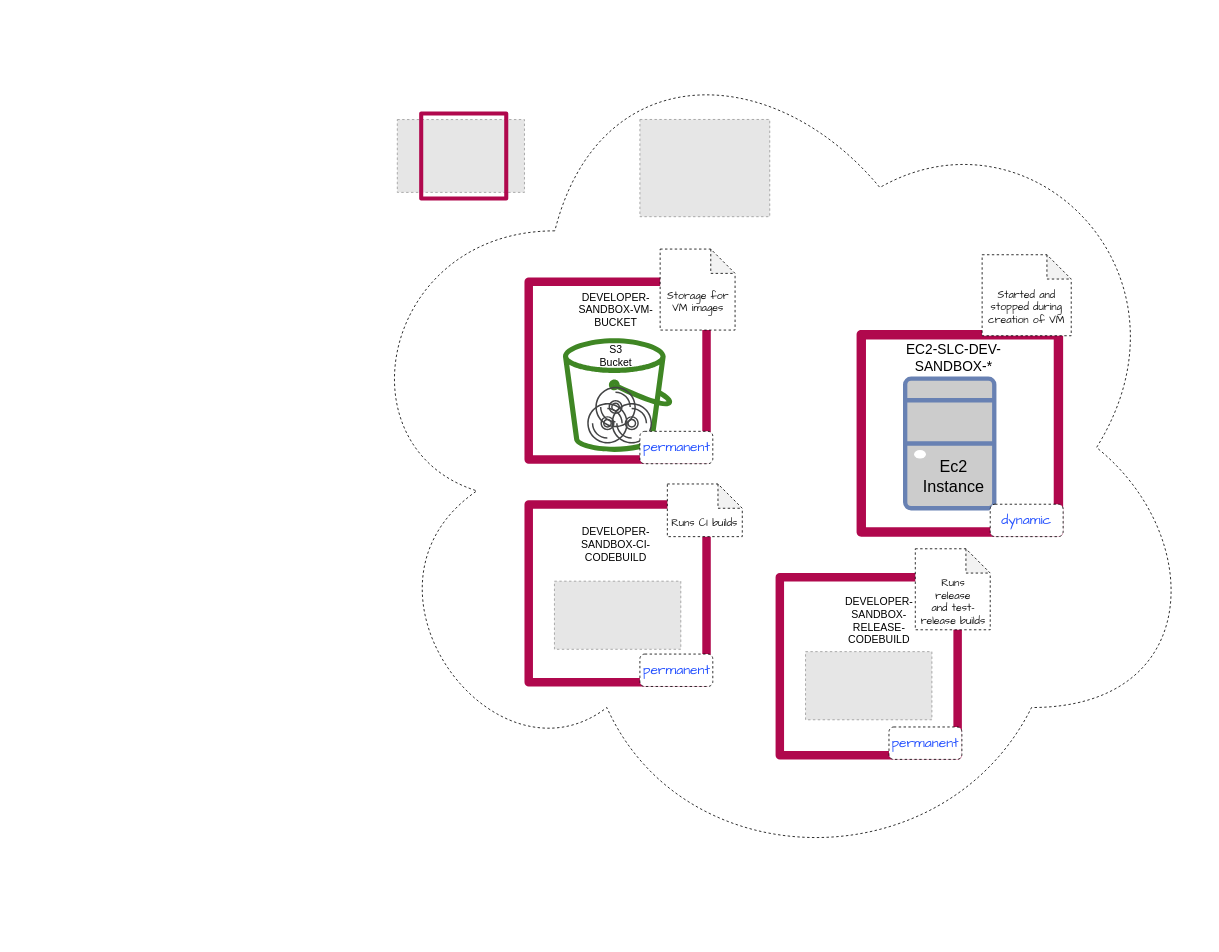
Before: doc/developer_guide/img/cloudformation-stacks.drawio in exasol/ai-lab, a draw.io diagram. Source tidied: cells renumbered, new cells numbered last; positions are measured from the earlier drawing's top-left corner, leaving out a move shared by most shapes. Both pictures are drawn from the tidied source at 81%, with x=0, y=0 at pixel (338, 14). Pictures stored in the file or linked from it are replaced by grey dashed boxes.
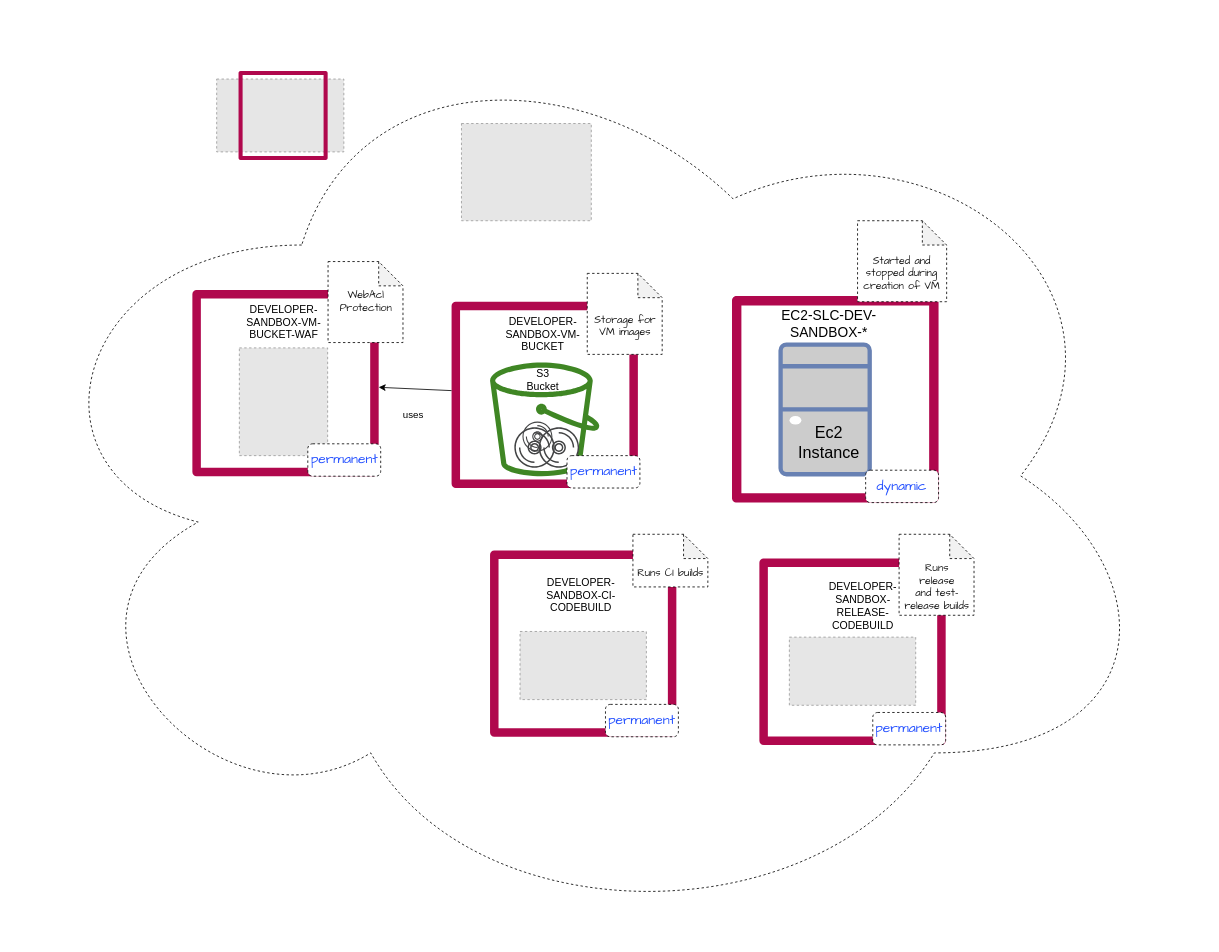
The same page after the edit.

What changed in the source:
```diff
@@
+    <mxCell id="3" style="ellipse;shape=cloud;whiteSpace=wrap;html=1;dashed=1;fontFamily=Comic Sans MS;fontSize=17;fontColor=#2652FF;gradientColor=none;" parent="1" vertex="1">
+      <mxGeometry x="-400" width="1420" height="1140" as="geometry" />
+    </mxCell>
     <mxCell id="2" style="fillColor=#E6E6E6;strokeColor=#999999;dashed=1;verticalLabelPosition=bottom;labelBackgroundColor=default;verticalAlign=top;" parent="1" vertex="1">
-      <mxGeometry x="73" y="130.1" width="157" height="89.9" as="geometry" />
+      <mxGeometry x="-150" y="80.1" width="157" height="89.9" as="geometry" />
     </mxCell>
-    <mxCell id="3" style="ellipse;shape=cloud;whiteSpace=wrap;html=1;dashed=1;fontFamily=Comic Sans MS;fontSize=17;fontColor=#2652FF;gradientColor=none;" parent="1" vertex="1">
-      <mxGeometry width="1070" height="1070" as="geometry" />
-    </mxCell>
     <mxCell id="4" style="sketch=0;fontColor=#232F3E;gradientColor=none;fillColor=#B0084D;strokeColor=none;dashed=0;verticalLabelPosition=bottom;verticalAlign=top;align=center;html=1;fontSize=12;fontStyle=0;shape=mxgraph.aws4.stack2;" parent="1" vertex="1">
-      <mxGeometry x="230" y="600" width="230" height="230" as="geometry" />
+      <mxGeometry x="187.5" y="662.1" width="230" height="230" as="geometry" />
     </mxCell>
     <mxCell id="5" style="sketch=0;fontColor=#232F3E;gradientColor=none;fillColor=#B0084D;strokeColor=none;dashed=1;verticalLabelPosition=bottom;verticalAlign=top;align=center;html=1;fontSize=12;fontStyle=0;shape=mxgraph.aws4.stack2;" parent="1" vertex="1">
-      <mxGeometry x="640" y="390" width="255" height="255" as="geometry" />
+      <mxGeometry x="486.2" y="348" width="255" height="255" as="geometry" />
     </mxCell>
     <mxCell id="6" style="fontColor=#0066CC;verticalAlign=top;verticalLabelPosition=bottom;labelPosition=center;align=center;html=1;fillColor=#CCCCCC;strokeColor=#6881B3;gradientColor=none;gradientDirection=north;strokeWidth=2;shape=mxgraph.networks.desktop_pc;fontSize=20;" parent="1" vertex="1">
-      <mxGeometry x="700" y="450" width="110" height="160" as="geometry" />
+      <mxGeometry x="546.2" y="408" width="110" height="160" as="geometry" />
     </mxCell>
     <mxCell id="7" value="Ec2&lt;br&gt;Instance" style="text;html=1;strokeColor=none;fillColor=none;align=center;verticalAlign=middle;whiteSpace=wrap;rounded=0;fontSize=20;" parent="1" vertex="1">
-      <mxGeometry x="730" y="540" width="60" height="60" as="geometry" />
+      <mxGeometry x="576.2" y="498" width="60" height="60" as="geometry" />
     </mxCell>
     <mxCell id="8" style="sketch=0;fontColor=#232F3E;gradientColor=none;fillColor=#3F8624;strokeColor=none;dashed=0;verticalLabelPosition=bottom;verticalAlign=top;align=center;html=1;fontSize=12;fontStyle=0;shape=mxgraph.aws4.bucket;" parent="1" vertex="1">
-      <mxGeometry x="277.5" y="400" width="135" height="140.4" as="geometry" />
+      <mxGeometry x="187.5" y="430" width="135" height="140.4" as="geometry" />
     </mxCell>
     <mxCell id="9" style="sketch=0;shadow=0;dashed=0;html=1;strokeColor=none;fillColor=#434445;labelPosition=center;verticalLabelPosition=bottom;verticalAlign=top;align=center;shape=mxgraph.vvd.cd;fontSize=13;" parent="1" vertex="1">
-      <mxGeometry x="317.5" y="460" width="50" height="50" as="geometry" />
+      <mxGeometry x="227.5" y="503" width="37" height="37" as="geometry" />
     </mxCell>
     <mxCell id="10" style="sketch=0;shadow=0;dashed=0;html=1;strokeColor=none;fillColor=#434445;labelPosition=center;verticalLabelPosition=bottom;verticalAlign=top;align=center;shape=mxgraph.vvd.cd;fontSize=13;" parent="1" vertex="1">
-      <mxGeometry x="337.5" y="480" width="50" height="50" as="geometry" />
+      <mxGeometry x="247.5" y="510" width="50" height="50" as="geometry" />
     </mxCell>
     <mxCell id="11" style="sketch=0;shadow=0;dashed=0;html=1;strokeColor=none;fillColor=#434445;labelPosition=center;verticalLabelPosition=bottom;verticalAlign=top;align=center;shape=mxgraph.vvd.cd;fontSize=13;" parent="1" vertex="1">
-      <mxGeometry x="307.5" y="480" width="50" height="50" as="geometry" />
+      <mxGeometry x="217.5" y="510" width="50" height="50" as="geometry" />
     </mxCell>
     <mxCell id="12" value="S3 Bucket" style="text;html=1;strokeColor=none;fillColor=none;align=center;verticalAlign=middle;whiteSpace=wrap;rounded=0;fontSize=13;" parent="1" vertex="1">
-      <mxGeometry x="312.5" y="407" width="60" height="30" as="geometry" />
+      <mxGeometry x="222.5" y="437" width="60" height="30" as="geometry" />
     </mxCell>
     <mxCell id="13" style="sketch=0;outlineConnect=0;fontColor=#232F3E;gradientColor=none;fillColor=#B0084D;strokeColor=none;dashed=0;verticalLabelPosition=bottom;verticalAlign=top;align=center;html=1;fontSize=12;fontStyle=0;shape=mxgraph.aws4.stack2;" parent="1" vertex="1">
-      <mxGeometry x="230" y="325" width="230" height="230" as="geometry" />
+      <mxGeometry x="140" y="355" width="230" height="230" as="geometry" />
     </mxCell>
     <mxCell id="14" value="EC2-SLC-DEV-SANDBOX-*" style="text;html=1;strokeColor=none;fillColor=none;align=center;verticalAlign=middle;whiteSpace=wrap;rounded=0;fontSize=17;" parent="1" vertex="1">
-      <mxGeometry x="700" y="410" width="120" height="30" as="geometry" />
+      <mxGeometry x="546.2" y="368" width="120" height="30" as="geometry" />
     </mxCell>
     <mxCell id="15" value="permanent" style="rounded=1;whiteSpace=wrap;html=1;dashed=1;fontSize=17;gradientColor=none;fontFamily=Comic Sans MS;fontColor=#2652FF;" parent="1" vertex="1">
-      <mxGeometry x="372.5" y="515" width="90" height="40" as="geometry" />
+      <mxGeometry x="282.5" y="545" width="90" height="40" as="geometry" />
     </mxCell>
     <mxCell id="16" value="dynamic" style="rounded=1;whiteSpace=wrap;html=1;dashed=1;fontSize=17;gradientColor=none;fontFamily=Comic Sans MS;fontColor=#2652FF;" parent="1" vertex="1">
-      <mxGeometry x="805" y="605" width="90" height="40" as="geometry" />
+      <mxGeometry x="651.2" y="563" width="90" height="40" as="geometry" />
     </mxCell>
     <mxCell id="17" value="permanent" style="rounded=1;whiteSpace=wrap;html=1;dashed=1;fontSize=17;gradientColor=none;fontFamily=Comic Sans MS;fontColor=#2652FF;" parent="1" vertex="1">
-      <mxGeometry x="372.5" y="790" width="90" height="40" as="geometry" />
+      <mxGeometry x="330" y="852.1" width="90" height="40" as="geometry" />
     </mxCell>
     <mxCell id="18" style="fillColor=#E6E6E6;strokeColor=#999999;dashed=1;verticalLabelPosition=bottom;labelBackgroundColor=default;verticalAlign=top;" parent="1" vertex="1">
-      <mxGeometry x="372.5" y="130" width="160.3" height="120" as="geometry" />
+      <mxGeometry x="152.2" y="135" width="160.3" height="120" as="geometry" />
     </mxCell>
     <mxCell id="19" style="sketch=0;fontColor=#232F3E;gradientColor=none;fillColor=#B0084D;strokeColor=none;dashed=0;verticalLabelPosition=bottom;verticalAlign=top;align=center;html=1;fontSize=12;fontStyle=0;shape=mxgraph.aws4.stack2;" parent="1" vertex="1">
-      <mxGeometry x="540" y="690" width="230" height="230" as="geometry" />
+      <mxGeometry x="520" y="672.1" width="230" height="230" as="geometry" />
     </mxCell>
     <mxCell id="20" value="DEVELOPER-SANDBOX-VM-BUCKET" style="text;html=1;strokeColor=none;fillColor=none;align=center;verticalAlign=middle;whiteSpace=wrap;rounded=0;fontSize=13;" parent="1" vertex="1">
-      <mxGeometry x="282.5" y="350" width="120" height="30" as="geometry" />
+      <mxGeometry x="192.5" y="380" width="120" height="30" as="geometry" />
     </mxCell>
     <mxCell id="21" style="fillColor=#E6E6E6;strokeColor=#999999;dashed=1;verticalLabelPosition=bottom;labelBackgroundColor=default;verticalAlign=top;" parent="1" vertex="1">
-      <mxGeometry x="267" y="700" width="156" height="84.1" as="geometry" />
+      <mxGeometry x="224.5" y="762.1" width="156" height="84.1" as="geometry" />
     </mxCell>
     <mxCell id="22" value="permanent" style="rounded=1;whiteSpace=wrap;html=1;dashed=1;fontSize=17;gradientColor=none;fontFamily=Comic Sans MS;fontColor=#2652FF;" parent="1" vertex="1">
-      <mxGeometry x="680" y="880" width="90" height="40" as="geometry" />
+      <mxGeometry x="660" y="862.1" width="90" height="40" as="geometry" />
     </mxCell>
     <mxCell id="23" style="fillColor=#E6E6E6;strokeColor=#999999;dashed=1;verticalLabelPosition=bottom;labelBackgroundColor=default;verticalAlign=top;" parent="1" vertex="1">
-      <mxGeometry x="577" y="787" width="156" height="84.1" as="geometry" />
+      <mxGeometry x="557" y="769.1" width="156" height="84.1" as="geometry" />
     </mxCell>
     <mxCell id="24" value="&lt;br&gt;&lt;br&gt;Started and stopped during creation of VM&lt;br&gt;" style="shape=note;whiteSpace=wrap;html=1;backgroundOutline=1;darkOpacity=0.05;dashed=1;fontFamily=Comic Sans MS;fontSize=13;fontColor=#1A1A1A;gradientColor=none;" parent="1" vertex="1">
-      <mxGeometry x="795" y="297" width="110" height="100" as="geometry" />
+      <mxGeometry x="641.2" y="255" width="110" height="100" as="geometry" />
     </mxCell>
     <mxCell id="25" value="&lt;br&gt;&lt;br&gt;Runs CI builds" style="shape=note;whiteSpace=wrap;html=1;backgroundOutline=1;darkOpacity=0.05;dashed=1;fontFamily=Comic Sans MS;fontSize=13;fontColor=#1A1A1A;gradientColor=none;" parent="1" vertex="1">
-      <mxGeometry x="406.4" y="580" width="92.5" height="65" as="geometry" />
+      <mxGeometry x="363.9" y="642.1" width="92.5" height="65" as="geometry" />
     </mxCell>
     <mxCell id="26" value="&lt;br&gt;&lt;br&gt;Storage for VM images" style="shape=note;whiteSpace=wrap;html=1;backgroundOutline=1;darkOpacity=0.05;dashed=1;fontFamily=Comic Sans MS;fontSize=13;fontColor=#1A1A1A;gradientColor=none;" parent="1" vertex="1">
-      <mxGeometry x="397.5" y="290" width="92.5" height="100" as="geometry" />
+      <mxGeometry x="307.5" y="320" width="92.5" height="100" as="geometry" />
     </mxCell>
     <mxCell id="27" value="&lt;br&gt;&lt;br&gt;Runs&lt;br&gt;release&lt;br&gt;and test-release builds" style="shape=note;whiteSpace=wrap;html=1;backgroundOutline=1;darkOpacity=0.05;dashed=1;fontFamily=Comic Sans MS;fontSize=13;fontColor=#1A1A1A;gradientColor=none;" parent="1" vertex="1">
-      <mxGeometry x="712.5" y="660" width="92.5" height="100" as="geometry" />
+      <mxGeometry x="692.5" y="642.1" width="92.5" height="100" as="geometry" />
     </mxCell>
     <mxCell id="28" style="sketch=0;fontColor=#232F3E;gradientColor=none;fillColor=#B0084D;strokeColor=none;dashed=0;verticalLabelPosition=bottom;verticalAlign=top;align=center;html=1;fontSize=12;fontStyle=0;shape=mxgraph.aws4.stack2;" parent="1" vertex="1">
-      <mxGeometry x="100" y="120" width="110" height="110" as="geometry" />
+      <mxGeometry x="-123" y="70" width="110" height="110" as="geometry" />
     </mxCell>
     <mxCell id="29" value="DEVELOPER-SANDBOX-CI-CODEBUILD" style="text;html=1;strokeColor=none;fillColor=none;align=center;verticalAlign=middle;whiteSpace=wrap;rounded=0;fontSize=13;" parent="1" vertex="1">
-      <mxGeometry x="282.5" y="640" width="120" height="30" as="geometry" />
+      <mxGeometry x="240" y="702.1" width="120" height="30" as="geometry" />
     </mxCell>
     <mxCell id="30" value="DEVELOPER-SANDBOX-RELEASE-CODEBUILD" style="text;html=1;strokeColor=none;fillColor=none;align=center;verticalAlign=middle;whiteSpace=wrap;rounded=0;fontSize=13;" parent="1" vertex="1">
-      <mxGeometry x="607.5" y="734" width="120" height="30" as="geometry" />
+      <mxGeometry x="587.5" y="716.1" width="120" height="30" as="geometry" />
     </mxCell>
+    <mxCell id="31" style="sketch=0;outlineConnect=0;fontColor=#232F3E;gradientColor=none;fillColor=#B0084D;strokeColor=none;dashed=0;verticalLabelPosition=bottom;verticalAlign=top;align=center;html=1;fontSize=12;fontStyle=0;shape=mxgraph.aws4.stack2;" parent="1" vertex="1">
+      <mxGeometry x="-180" y="340.4" width="230" height="230" as="geometry" />
+    </mxCell>
+    <mxCell id="32" value="DEVELOPER-SANDBOX-VM-BUCKET-WAF" style="text;html=1;strokeColor=none;fillColor=none;align=center;verticalAlign=middle;whiteSpace=wrap;rounded=0;fontSize=13;" parent="1" vertex="1">
+      <mxGeometry x="-127.5" y="365.4" width="120" height="30" as="geometry" />
+    </mxCell>
+    <mxCell id="33" value="WebAcl&lt;br&gt;Protection" style="shape=note;whiteSpace=wrap;html=1;backgroundOutline=1;darkOpacity=0.05;dashed=1;fontFamily=Comic Sans MS;fontSize=13;fontColor=#1A1A1A;gradientColor=none;" parent="1" vertex="1">
+      <mxGeometry x="-12.5" y="305.4" width="92.5" height="100" as="geometry" />
+    </mxCell>
+    <mxCell id="34" style="fillColor=#E6E6E6;strokeColor=#999999;dashed=1;verticalLabelPosition=bottom;labelBackgroundColor=default;verticalAlign=top;" parent="1" vertex="1">
+      <mxGeometry x="-122" y="412" width="109" height="133" as="geometry" />
+    </mxCell>
+    <mxCell id="35" value="permanent" style="rounded=1;whiteSpace=wrap;html=1;dashed=1;fontSize=17;gradientColor=none;fontFamily=Comic Sans MS;fontColor=#2652FF;" parent="1" vertex="1">
+      <mxGeometry x="-37.5" y="530.4" width="90" height="40" as="geometry" />
+    </mxCell>
+    <mxCell id="36" style="endArrow=classic;html=1;rounded=0;" parent="1" edge="1" source="13" target="31">
+      <mxGeometry relative="1" as="geometry" />
+    </mxCell>
+    <mxCell id="37" value="uses" style="text;html=1;strokeColor=none;fillColor=none;align=center;verticalAlign=middle;whiteSpace=wrap;rounded=0;" parent="1" vertex="1">
+      <mxGeometry x="62.5" y="480" width="60" height="30" as="geometry" />
+    </mxCell>
```
